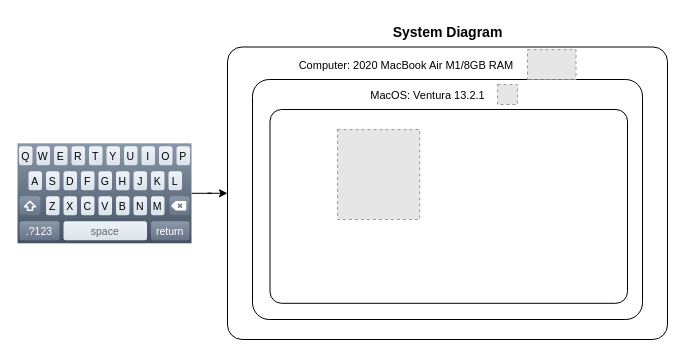
zelaneroz/unit-3 keeps this draw.io diagram as Project/src/Untitled Diagram.drawio. Above is the earlier version. Source tidied: cells renumbered, new cells numbered last; positions are measured from the earlier drawing's top-left corner, leaving out a move shared by most shapes. Both pictures are drawn from the tidied source at 100%, with x=0, y=0 at pixel (17, 17). Pictures stored in the file or linked from it are replaced by grey dashed boxes.
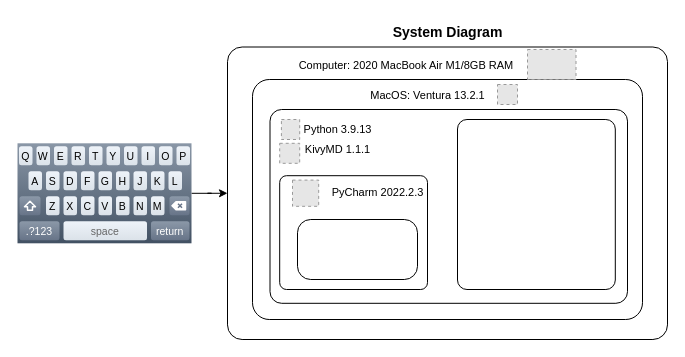
Above is the later version.

The edit, as a diff of the source:
```diff
@@
     <mxCell id="12" style="fillColor=#E6E6E6;strokeColor=#999999;dashed=1;verticalLabelPosition=bottom;labelBackgroundColor=default;verticalAlign=top;" parent="1" vertex="1">
-      <mxGeometry x="320" y="112" width="82.2" height="90" as="geometry" />
+      <mxGeometry x="263.9" y="102" width="18.3" height="20" as="geometry" />
     </mxCell>
+    <mxCell id="13" value="&lt;font style=&quot;font-size: 11px;&quot;&gt;Python 3.9.13&lt;/font&gt;" style="text;html=1;align=center;verticalAlign=middle;strokeColor=none;fillColor=none;fontSize=14;" parent="1" vertex="1">
+      <mxGeometry x="275" y="95.8" width="90" height="30" as="geometry" />
+    </mxCell>
+    <mxCell id="14" value="&lt;font style=&quot;font-size: 11px;&quot;&gt;KivyMD 1.1.1&lt;/font&gt;" style="text;html=1;align=center;verticalAlign=middle;strokeColor=none;fillColor=none;fontSize=14;" parent="1" vertex="1">
+      <mxGeometry x="275" y="115.8" width="90" height="30" as="geometry" />
+    </mxCell>
+    <mxCell id="15" style="fillColor=#E6E6E6;strokeColor=#999999;dashed=1;verticalLabelPosition=bottom;labelBackgroundColor=default;verticalAlign=top;" parent="1" vertex="1">
+      <mxGeometry x="262.2" y="125.8" width="20" height="20" as="geometry" />
+    </mxCell>
+    <mxCell id="16" style="rounded=1;whiteSpace=wrap;html=1;arcSize=6;" parent="1" vertex="1">
+      <mxGeometry x="262.2" y="158.2" width="147.8" height="113.8" as="geometry" />
+    </mxCell>
+    <mxCell id="17" value="&lt;font style=&quot;font-size: 11px;&quot;&gt;PyCharm 2022.2.3&lt;/font&gt;" style="text;html=1;align=center;verticalAlign=middle;strokeColor=none;fillColor=none;fontSize=14;" parent="1" vertex="1">
+      <mxGeometry x="300" y="158.9" width="120" height="30" as="geometry" />
+    </mxCell>
+    <mxCell id="18" style="rounded=1;whiteSpace=wrap;html=1;arcSize=6;" parent="1" vertex="1">
+      <mxGeometry x="440" y="102" width="157.8" height="170" as="geometry" />
+    </mxCell>
+    <mxCell id="19" style="fillColor=#E6E6E6;strokeColor=#999999;dashed=1;verticalLabelPosition=bottom;labelBackgroundColor=default;verticalAlign=top;" parent="1" vertex="1">
+      <mxGeometry x="275" y="162.6" width="26.2" height="26.2" as="geometry" />
+    </mxCell>
+    <mxCell id="20" style="rounded=1;whiteSpace=wrap;html=1;arcSize=22;" parent="1" vertex="1">
+      <mxGeometry x="280" y="202" width="120" height="60" as="geometry" />
+    </mxCell>
```
